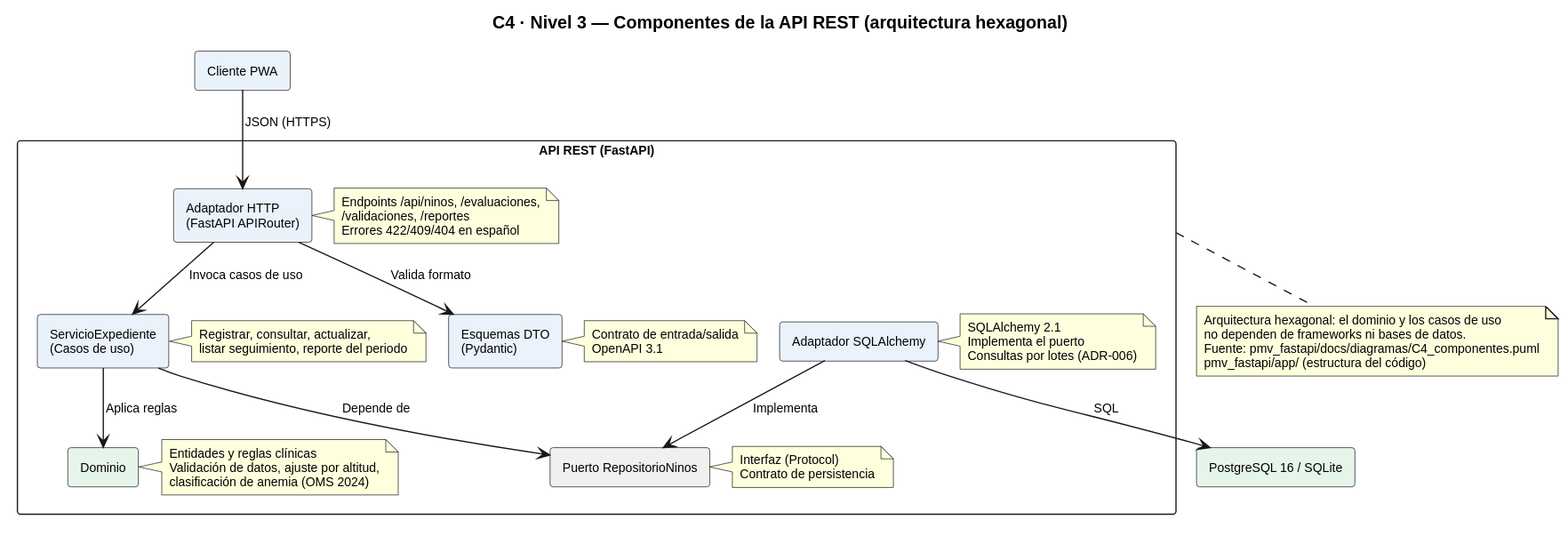
Earlier version of the PlantUML export diagramas/svg/54_s6_c4_componentes_fastapi.svg (woshtsu/ProcesosSoftwareAnemia).
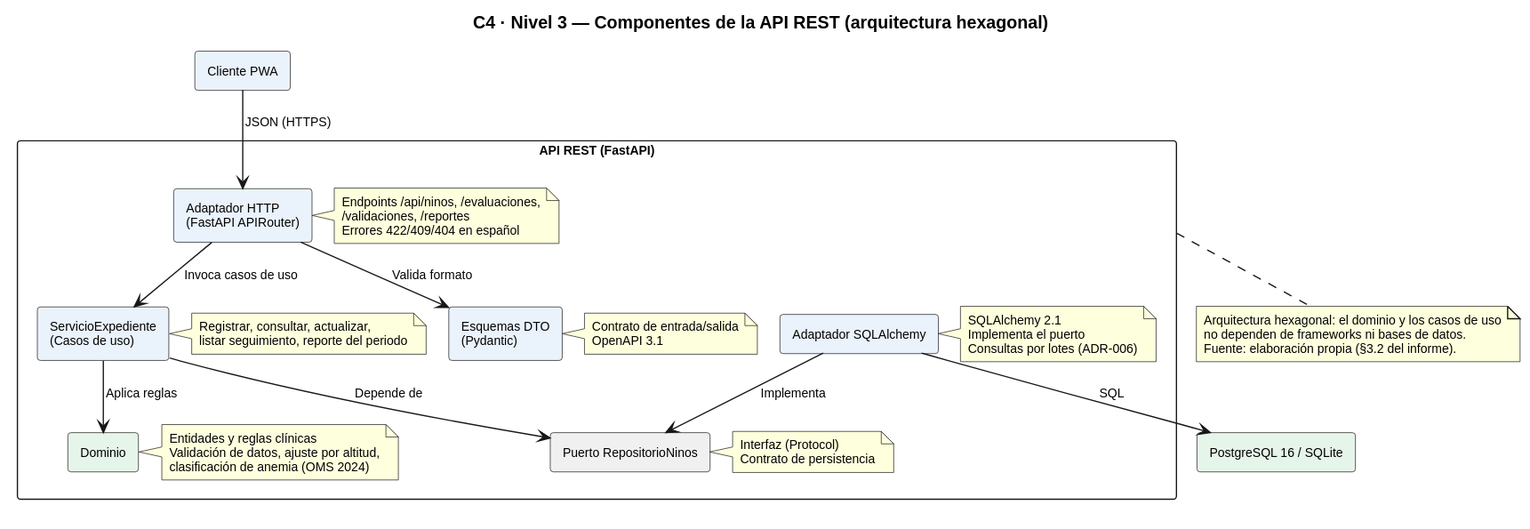
Later version of the same file.

The edit, as a diff of the source:
```diff
@@ -61,7 +61,6 @@
 note bottom of apiboundary
   Arquitectura hexagonal: el dominio y los casos de uso
   no dependen de frameworks ni bases de datos.
-  Fuente: pmv_fastapi/docs/diagramas/C4_componentes.puml
-  pmv_fastapi/app/ (estructura del código)
+  Fuente: elaboración propia (§3.2 del informe).
 end note
 @enduml
```
